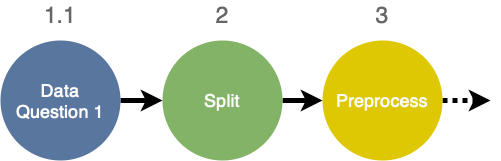
singh-karanpal/Capstone keeps this draw.io diagram as reports/figures/preprocessing.png. Above is the earlier version. Source tidied: cells renumbered, new cells last; positions are measured from the earlier drawing's top-left corner, leaving out a move shared by most shapes.
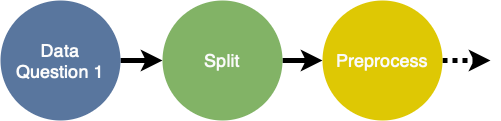
After the commit.

Diff of the diagram source:
```diff
@@ -14,20 +14,11 @@
     <mxCell id="5" value="Split" style="ellipse;whiteSpace=wrap;html=1;fillColor=#82B366;strokeColor=none;fontSize=18;fontColor=#FAFAFA;fontStyle=0;" parent="1" vertex="1">
       <mxGeometry x="162" y="40" width="120" height="120" as="geometry" />
     </mxCell>
-    <mxCell id="6" value="1.1" style="text;html=1;strokeColor=none;fillColor=none;align=center;verticalAlign=middle;whiteSpace=wrap;rounded=0;fontSize=23;fontColor=#666666;" parent="1" vertex="1">
-      <mxGeometry x="40" width="40" height="30" as="geometry" />
-    </mxCell>
-    <mxCell id="7" value="2" style="text;html=1;strokeColor=none;fillColor=none;align=center;verticalAlign=middle;whiteSpace=wrap;rounded=0;fontSize=23;fontColor=#666666;" parent="1" vertex="1">
-      <mxGeometry x="202" width="40" height="30" as="geometry" />
-    </mxCell>
-    <mxCell id="8" value="3" style="text;html=1;strokeColor=none;fillColor=none;align=center;verticalAlign=middle;whiteSpace=wrap;rounded=0;fontSize=23;fontColor=#666666;" parent="1" vertex="1">
-      <mxGeometry x="362" width="40" height="30" as="geometry" />
-    </mxCell>
-    <mxCell id="9" style="edgeStyle=orthogonalEdgeStyle;rounded=0;jettySize=auto;html=1;strokeWidth=5;fontSize=23;fontColor=#666666;endArrow=classic;endFill=1;dashed=1;dashPattern=1 1;" parent="1" edge="1" source="10">
-      <mxGeometry x="0.05" y="25" relative="1" as="geometry">
-        <mxPoint x="490" y="100" as="targetPoint" />
-      </mxGeometry>
-    </mxCell>
+    <mxCell id="11" style="edgeStyle=orthogonalEdgeStyle;rounded=0;jettySize=auto;html=1;strokeWidth=5;fontSize=23;fontColor=#666666;endArrow=classic;endFill=1;dashed=1;dashPattern=1 1;" parent="1" edge="1" source="10">
+      <mxGeometry x="0.05" y="25" relative="1" as="geometry">
+        <mxPoint x="490" y="100" as="targetPoint" />
+      </mxGeometry>
+    </mxCell>
     <mxCell id="10" value="Preprocess" style="ellipse;whiteSpace=wrap;html=1;fillColor=#DEC804;strokeColor=none;fontSize=18;fontColor=#FAFAFA;fontStyle=0;" parent="1" vertex="1">
       <mxGeometry x="322" y="40" width="120" height="120" as="geometry" />
     </mxCell>
```
